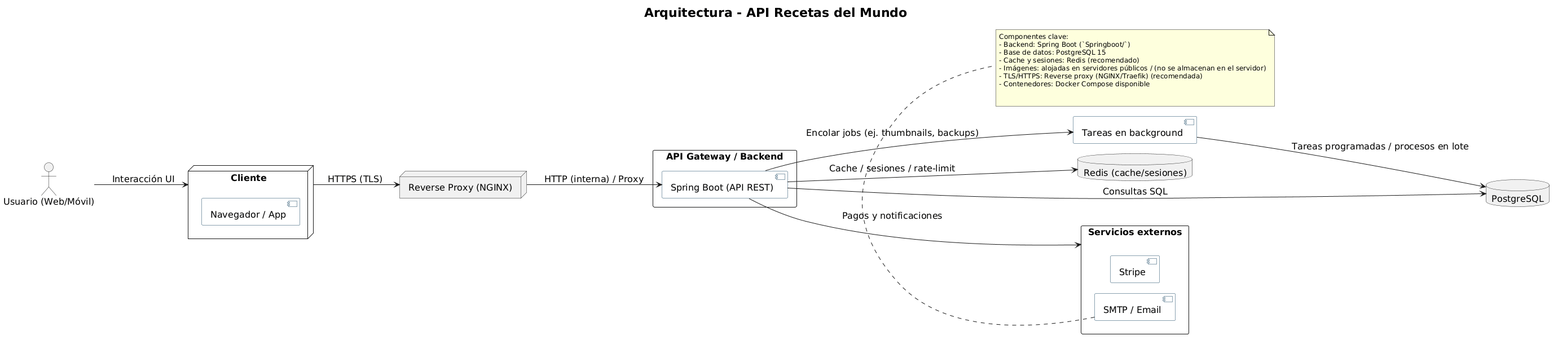
This is backend/docs/architecture_diagram.png from TioPig/Recetas-Del-Mundo, a PlantUML export, as it was before one commit.
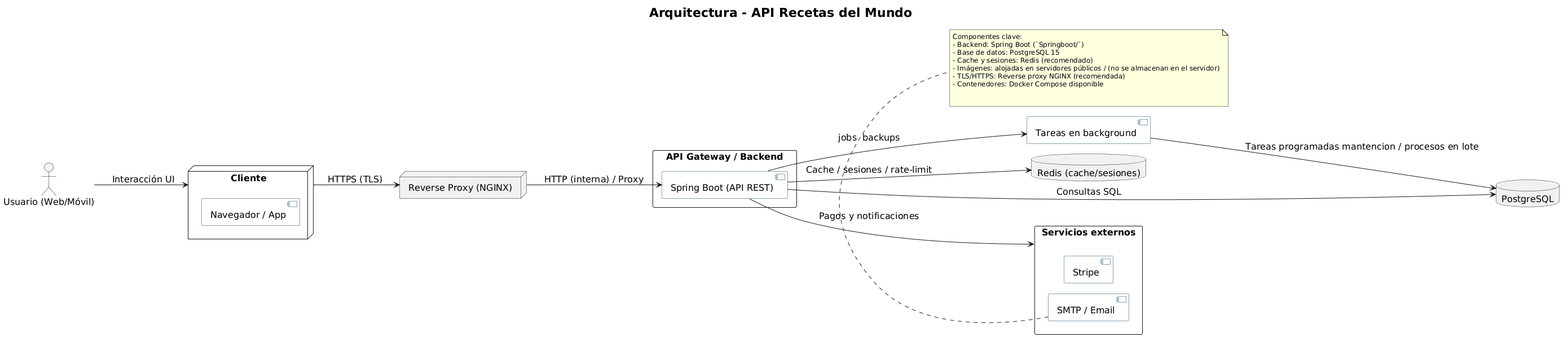
Later version of the same file.

Commit message:
docs: regenerate architecture_diagram (svg/png)

Change to the diagram source:
```diff
@@ -39,8 +39,8 @@
 API -down-> PG : Consultas SQL
 API --> Redis : Cache / sesiones / rate-limit
 API --> External : Pagos y notificaciones
-API --> Worker : Encolar jobs (ej. thumbnails, backups)
-Worker --> PG : Tareas programadas / procesos en lote
+API --> Worker : jobs  backups
+Worker --> PG : Tareas programadas mantencion / procesos en lote
 
 note bottom
   Componentes clave:
@@ -48,7 +48,7 @@
   - Base de datos: PostgreSQL 15
   - Cache y sesiones: Redis (recomendado)
   - Imágenes: alojadas en servidores públicos / (no se almacenan en el servidor)
-  - TLS/HTTPS: Reverse proxy (NGINX/Traefik) (recomendada)
+  - TLS/HTTPS: Reverse proxy NGINX (recomendada)
   - Contenedores: Docker Compose disponible
 
 
```
